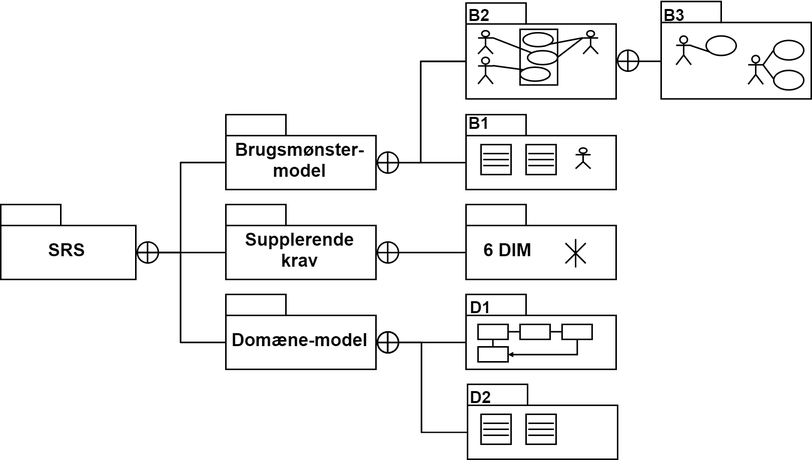
This is docs/diagrams/SRS/SRS_Overview.png from SBangslund/SE02_Projekt, a draw.io export, as it was before one commit. Source tidied: cells renumbered, new cells last; positions are measured from the earlier drawing's top-left corner, leaving out a move shared by most shapes.
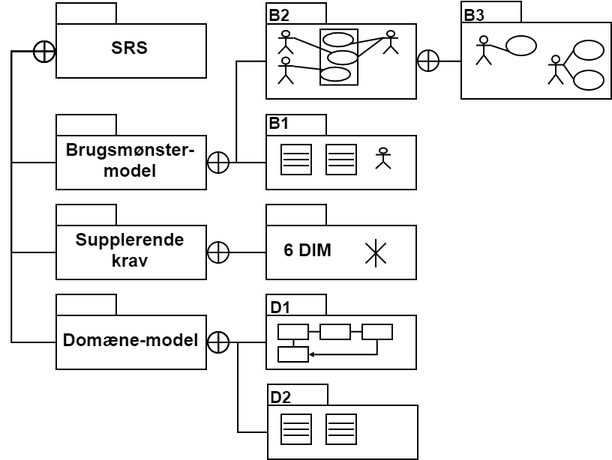
After the commit.

What changed in the source:
```diff
@@ -2,53 +2,63 @@
   <root>
     <mxCell id="0" />
     <mxCell id="1" parent="0" />
-    <mxCell id="2" style="edgeStyle=orthogonalEdgeStyle;rounded=0;jettySize=auto;html=1;exitX=0;exitY=0;exitDx=70;exitDy=32;exitPerimeter=0;entryX=0;entryY=0;entryDx=0;entryDy=32;entryPerimeter=0;endArrow=none;endFill=0;startArrow=circlePlus;startFill=0;" parent="1" edge="1" source="5" target="12">
+    <mxCell id="2" style="edgeStyle=orthogonalEdgeStyle;rounded=0;jettySize=auto;html=1;exitX=0;exitY=0;exitDx=0;exitDy=32;exitPerimeter=0;entryX=0;entryY=0;entryDx=0;entryDy=32;entryPerimeter=0;endArrow=none;endFill=0;startArrow=circlePlus;startFill=0;" parent="1" edge="1" source="5" target="12">
       <mxGeometry relative="1" as="geometry">
         <Array as="points">
-          <mxPoint x="120" y="168" />
-          <mxPoint x="120" y="228" />
+          <mxPoint x="140" y="34" />
+          <mxPoint x="140" y="228" />
         </Array>
       </mxGeometry>
     </mxCell>
-    <mxCell id="3" style="edgeStyle=orthogonalEdgeStyle;rounded=0;jettySize=auto;html=1;exitX=0;exitY=0;exitDx=70;exitDy=32;exitPerimeter=0;entryX=0;entryY=0;entryDx=0;entryDy=32;entryPerimeter=0;startArrow=circlePlus;startFill=0;endArrow=none;endFill=0;" parent="1" edge="1" source="5" target="9">
-      <mxGeometry relative="1" as="geometry" />
+    <mxCell id="3" style="edgeStyle=orthogonalEdgeStyle;rounded=0;jettySize=auto;html=1;exitX=0;exitY=0;exitDx=0;exitDy=32;exitPerimeter=0;entryX=0;entryY=0;entryDx=0;entryDy=32;entryPerimeter=0;startArrow=circlePlus;startFill=0;endArrow=none;endFill=0;" parent="1" edge="1" source="5" target="9">
+      <mxGeometry relative="1" as="geometry">
+        <Array as="points">
+          <mxPoint x="140" y="34" />
+          <mxPoint x="140" y="168" />
+        </Array>
+      </mxGeometry>
     </mxCell>
-    <mxCell id="4" style="edgeStyle=orthogonalEdgeStyle;rounded=0;jettySize=auto;html=1;exitX=0;exitY=0;exitDx=90;exitDy=32;exitPerimeter=0;entryX=0;entryY=0;entryDx=0;entryDy=32;entryPerimeter=0;startArrow=circlePlus;startFill=0;endArrow=none;endFill=0;" parent="1" edge="1" source="5" target="7">
+    <mxCell id="4" style="edgeStyle=orthogonalEdgeStyle;rounded=0;jettySize=auto;html=1;exitX=0;exitY=0;exitDx=0;exitDy=32;exitPerimeter=0;entryX=0;entryY=0;entryDx=0;entryDy=32;entryPerimeter=0;startArrow=circlePlus;startFill=0;endArrow=none;endFill=0;" parent="1" edge="1" source="5" target="7">
       <mxGeometry relative="1" as="geometry">
         <Array as="points">
-          <mxPoint x="120" y="168" />
-          <mxPoint x="120" y="108" />
+          <mxPoint x="140" y="34" />
+          <mxPoint x="140" y="108" />
         </Array>
       </mxGeometry>
     </mxCell>
     <mxCell id="5" value="SRS" style="shape=folder;fontStyle=1;spacingTop=10;tabWidth=40;tabHeight=14;tabPosition=left;html=1;" parent="1" vertex="1">
-      <mxGeometry y="136" width="90" height="50" as="geometry" />
+      <mxGeometry x="170" y="1.5" width="100" height="50" as="geometry" />
     </mxCell>
     <mxCell id="6" style="edgeStyle=orthogonalEdgeStyle;rounded=0;jettySize=auto;html=1;exitX=0;exitY=0;exitDx=100;exitDy=32;exitPerimeter=0;entryX=0;entryY=0;entryDx=0;entryDy=39;entryPerimeter=0;startArrow=circlePlus;startFill=0;endArrow=none;endFill=0;fontSize=11;" parent="1" edge="1" source="7" target="29">
       <mxGeometry relative="1" as="geometry">
         <Array as="points">
-          <mxPoint x="280" y="108" />
-          <mxPoint x="280" y="40" />
+          <mxPoint x="290" y="108" />
+          <mxPoint x="290" y="40" />
         </Array>
       </mxGeometry>
     </mxCell>
     <mxCell id="7" value="Brugsmønster-model" style="shape=folder;fontStyle=1;spacingTop=10;tabWidth=40;tabHeight=14;tabPosition=left;html=1;whiteSpace=wrap;" parent="1" vertex="1">
-      <mxGeometry x="150" y="76" width="100" height="50" as="geometry" />
+      <mxGeometry x="170" y="76" width="100" height="50" as="geometry" />
     </mxCell>
     <mxCell id="8" style="edgeStyle=none;rounded=0;jettySize=auto;html=1;exitX=0;exitY=0;exitDx=100;exitDy=32;exitPerimeter=0;entryX=0;entryY=0;entryDx=0;entryDy=32;entryPerimeter=0;startArrow=circlePlus;startFill=0;endArrow=none;endFill=0;fontSize=11;" parent="1" edge="1" source="9" target="53">
       <mxGeometry relative="1" as="geometry" />
     </mxCell>
     <mxCell id="9" value="Supplerende krav" style="shape=folder;fontStyle=1;spacingTop=10;tabWidth=40;tabHeight=14;tabPosition=left;html=1;whiteSpace=wrap;" parent="1" vertex="1">
-      <mxGeometry x="150" y="136" width="100" height="50" as="geometry" />
+      <mxGeometry x="170" y="136" width="100" height="50" as="geometry" />
     </mxCell>
     <mxCell id="10" style="edgeStyle=none;rounded=0;jettySize=auto;html=1;exitX=0;exitY=0;exitDx=100;exitDy=32;exitPerimeter=0;entryX=0;entryY=0;entryDx=0;entryDy=32;entryPerimeter=0;startArrow=circlePlus;startFill=0;endArrow=none;endFill=0;fontSize=11;" parent="1" edge="1" source="12" target="54">
       <mxGeometry relative="1" as="geometry" />
     </mxCell>
     <mxCell id="11" style="edgeStyle=orthogonalEdgeStyle;rounded=0;jettySize=auto;html=1;exitX=0;exitY=0;exitDx=100;exitDy=32;exitPerimeter=0;entryX=0;entryY=0;entryDx=0;entryDy=32;entryPerimeter=0;startArrow=circlePlus;startFill=0;endArrow=none;endFill=0;fontSize=11;" parent="1" edge="1" source="12" target="56">
-      <mxGeometry relative="1" as="geometry" />
+      <mxGeometry relative="1" as="geometry">
+        <Array as="points">
+          <mxPoint x="291" y="228" />
+          <mxPoint x="291" y="288" />
+        </Array>
+      </mxGeometry>
     </mxCell>
     <mxCell id="12" value="Domæne-model" style="shape=folder;fontStyle=1;spacingTop=10;tabWidth=40;tabHeight=14;tabPosition=left;html=1;whiteSpace=wrap;" parent="1" vertex="1">
-      <mxGeometry x="150" y="196" width="100" height="50" as="geometry" />
+      <mxGeometry x="170" y="196" width="100" height="50" as="geometry" />
     </mxCell>
     <mxCell id="13" style="group;" parent="1" vertex="1">
       <mxGeometry x="440" y="0.5" width="100" height="65" as="geometry" />
```
